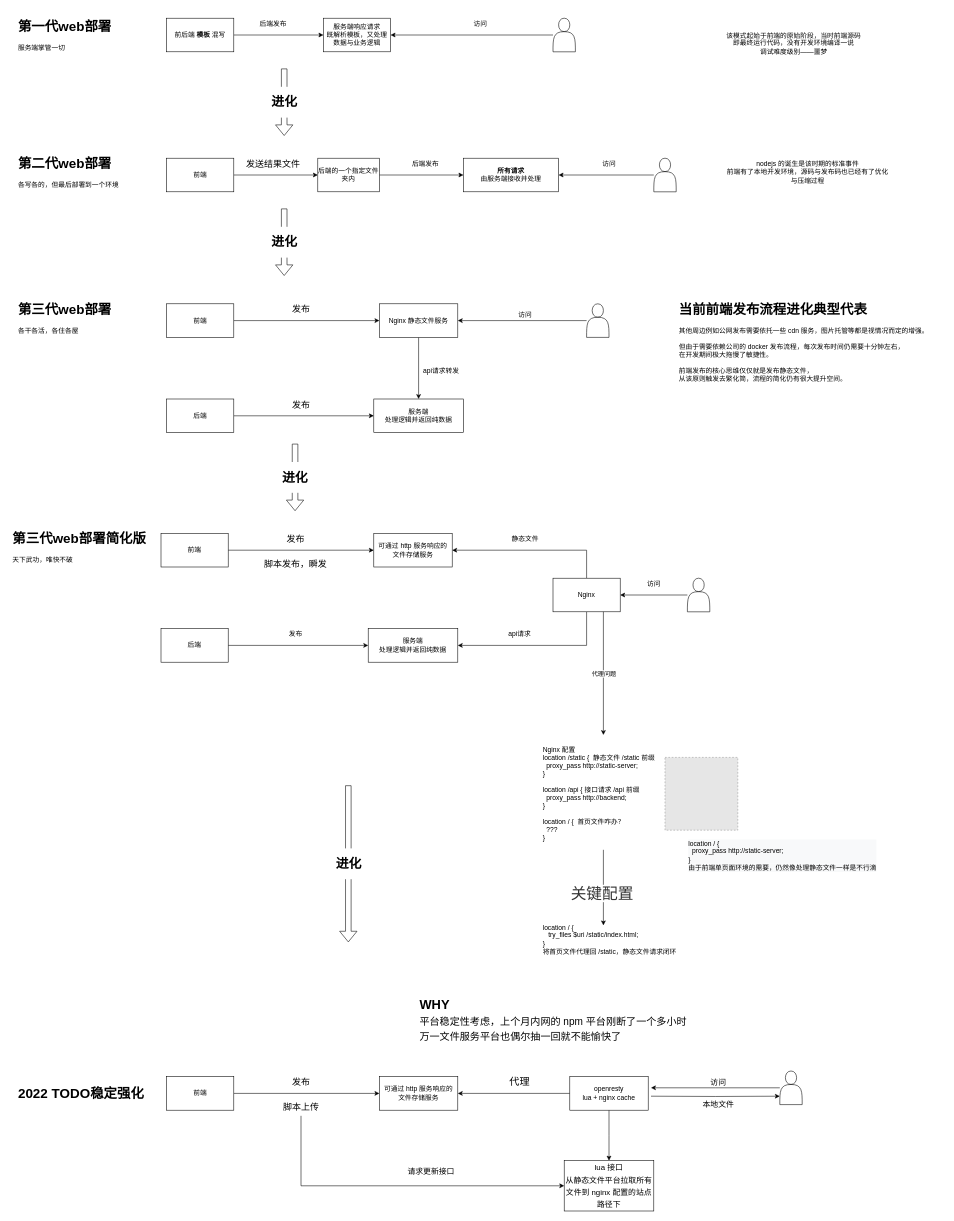
This is front-publish/Untitled Diagram.drawio from superwf/diagram, a draw.io file, before an edit. Source tidied: cells renumbered, new cells numbered last; positions are measured from the earlier drawing's top-left corner, leaving out a move shared by most shapes. Both pictures are drawn from the tidied source at 56%, with x=0, y=0 at pixel (10, 15). Pictures stored in the file or linked from it are replaced by grey dashed boxes.
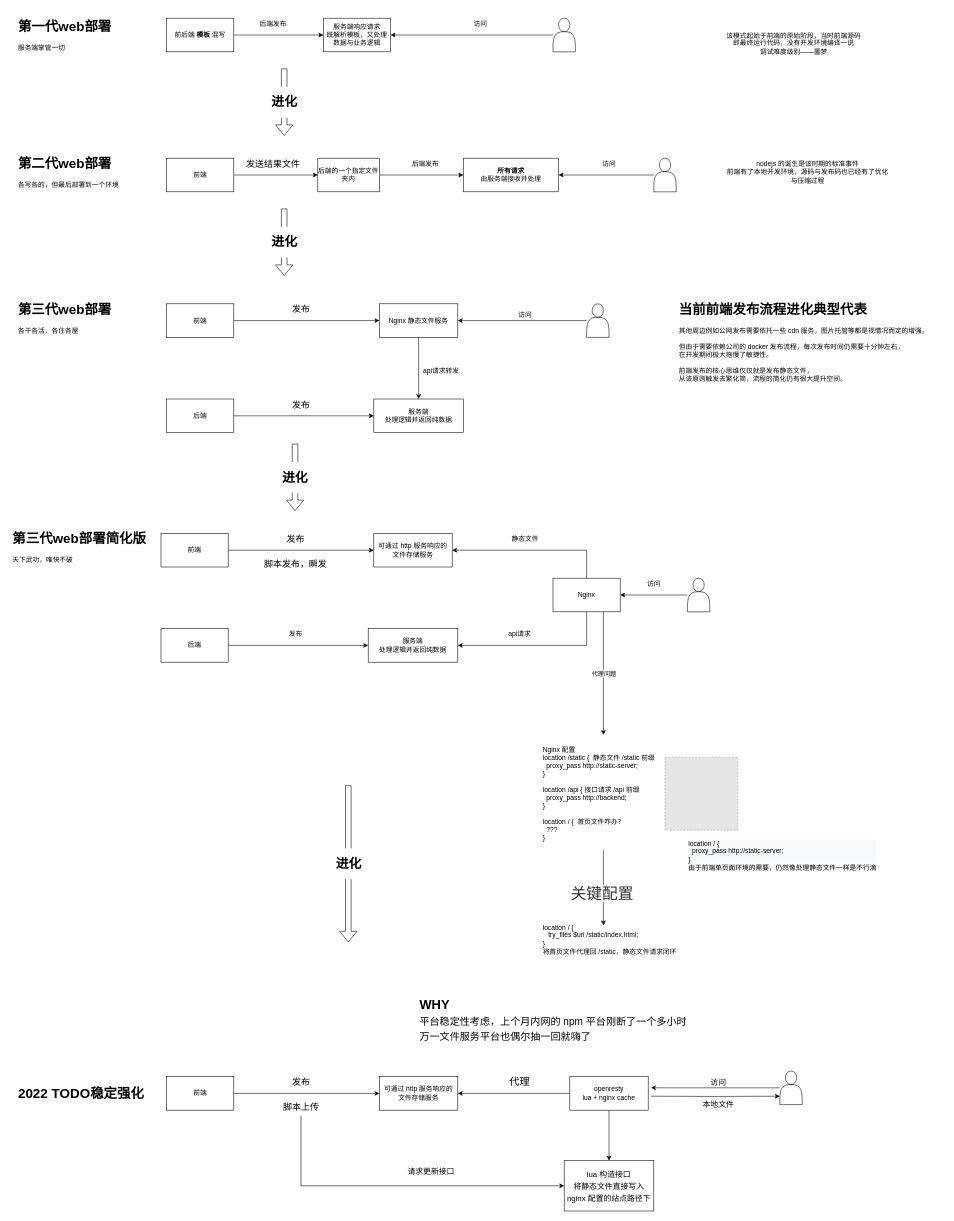
Above is the later version.

Change to the diagram source:
```diff
@@
-    <mxCell id="66" value="&lt;b&gt;WHY&lt;/b&gt;&lt;br&gt;&lt;font style=&quot;font-size: 18px&quot;&gt;平台稳定性考虑，上个月内网的 npm 平台刚断了一个多小时&lt;br&gt;万一文件服务平台也偶尔抽一回就不能愉快了&lt;br&gt;&lt;/font&gt;" style="text;html=1;strokeColor=none;fillColor=none;align=left;verticalAlign=middle;whiteSpace=wrap;rounded=0;fontSize=23;" parent="1" vertex="1">
+    <mxCell id="66" value="&lt;b&gt;WHY&lt;/b&gt;&lt;br&gt;&lt;font style=&quot;font-size: 18px&quot;&gt;平台稳定性考虑，上个月内网的 npm 平台刚断了一个多小时&lt;br&gt;万一文件服务平台也偶尔抽一回就嗨了&lt;br&gt;&lt;/font&gt;" style="text;html=1;strokeColor=none;fillColor=none;align=left;verticalAlign=middle;whiteSpace=wrap;rounded=0;fontSize=23;" parent="1" vertex="1">
       <mxGeometry x="730" y="1725" width="500" height="140" as="geometry" />
     </mxCell>
@@
-    <mxCell id="82" value="&lt;font style=&quot;font-size: 14px&quot;&gt;lua 接口&lt;br&gt;从静态文件平台拉取所有文件到 nginx 配置的站点路径下&lt;br&gt;&lt;/font&gt;" style="whiteSpace=wrap;html=1;fontSize=18;" parent="1" vertex="1">
+    <mxCell id="82" value="&lt;font style=&quot;font-size: 14px&quot;&gt;lua 构造接口&lt;br&gt;将静态文件直接写入 nginx 配置的站点路径下&lt;br&gt;&lt;/font&gt;" style="whiteSpace=wrap;html=1;fontSize=18;" parent="1" vertex="1">
       <mxGeometry x="990" y="2045" width="160" height="90" as="geometry" />
     </mxCell>
```
